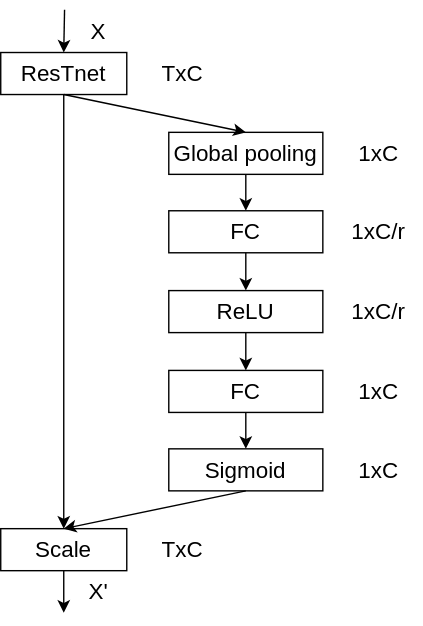
This is littlepaper/图3 SE模块结构图.svg from wangxinzhi0/draw.io, a draw.io export, as it was before one commit. Source tidied: cells renumbered, new cells last; positions are measured from the earlier drawing's top-left corner, leaving out a move shared by most shapes.
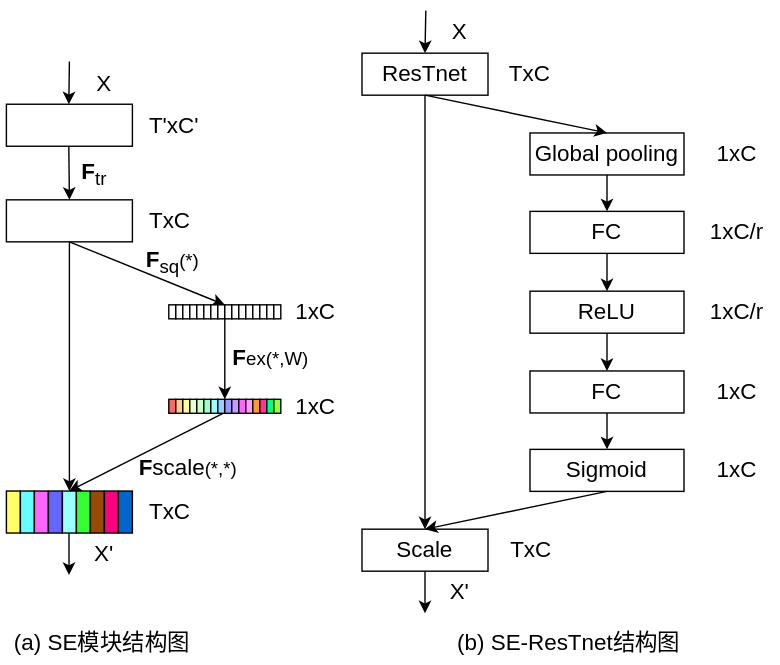
After the commit.

Commit message:
Update 图3 SE模块结构图.svg

The edit, as a diff of the source:
```diff
@@ -48,25 +48,25 @@
       <mxGeometry relative="1" as="geometry" />
     </mxCell>
     <mxCell id="17" value="TxC" style="text;html=1;strokeColor=none;fillColor=none;align=center;verticalAlign=middle;whiteSpace=wrap;rounded=0;fontSize=16;" parent="1" vertex="1">
-      <mxGeometry x="100" y="30" width="60" height="30" as="geometry" />
+      <mxGeometry x="90" y="30" width="60" height="30" as="geometry" />
     </mxCell>
     <mxCell id="18" value="1xC" style="text;html=1;strokeColor=none;fillColor=none;align=center;verticalAlign=middle;whiteSpace=wrap;rounded=0;fontSize=16;" parent="1" vertex="1">
-      <mxGeometry x="240" y="87" width="60" height="30" as="geometry" />
+      <mxGeometry x="238" y="87" width="60" height="30" as="geometry" />
     </mxCell>
     <mxCell id="19" value="1xC/r" style="text;html=1;strokeColor=none;fillColor=none;align=center;verticalAlign=middle;whiteSpace=wrap;rounded=0;fontSize=16;" parent="1" vertex="1">
-      <mxGeometry x="240" y="143" width="60" height="30" as="geometry" />
+      <mxGeometry x="238" y="143" width="60" height="30" as="geometry" />
     </mxCell>
     <mxCell id="20" value="1xC/r" style="text;html=1;strokeColor=none;fillColor=none;align=center;verticalAlign=middle;whiteSpace=wrap;rounded=0;fontSize=16;" parent="1" vertex="1">
-      <mxGeometry x="240" y="200" width="60" height="30" as="geometry" />
+      <mxGeometry x="238" y="200" width="60" height="30" as="geometry" />
     </mxCell>
     <mxCell id="21" value="1xC" style="text;html=1;strokeColor=none;fillColor=none;align=center;verticalAlign=middle;whiteSpace=wrap;rounded=0;fontSize=16;" parent="1" vertex="1">
-      <mxGeometry x="240" y="257" width="60" height="30" as="geometry" />
+      <mxGeometry x="238" y="257" width="60" height="30" as="geometry" />
     </mxCell>
     <mxCell id="22" value="1xC" style="text;html=1;strokeColor=none;fillColor=none;align=center;verticalAlign=middle;whiteSpace=wrap;rounded=0;fontSize=16;" parent="1" vertex="1">
-      <mxGeometry x="240" y="313" width="60" height="30" as="geometry" />
+      <mxGeometry x="238" y="313" width="60" height="30" as="geometry" />
     </mxCell>
     <mxCell id="23" value="TxC" style="text;html=1;strokeColor=none;fillColor=none;align=center;verticalAlign=middle;whiteSpace=wrap;rounded=0;fontSize=16;" parent="1" vertex="1">
-      <mxGeometry x="100" y="370" width="60" height="30" as="geometry" />
+      <mxGeometry x="91" y="370" width="60" height="30" as="geometry" />
     </mxCell>
     <mxCell id="24" style="endArrow=classic;html=1;rounded=0;fontSize=16;exitX=0.5;exitY=1;exitDx=0;exitDy=0;" parent="1" edge="1" source="9">
       <mxGeometry relative="1" as="geometry">
@@ -79,5 +79,204 @@
     <mxCell id="26" value="X'&lt;span lang=&quot;EN-US&quot; style=&quot;font-size: 10.5pt&quot;&gt;&lt;span lang=&quot;EN-US&quot; style=&quot;font-size: 10.5pt&quot;&gt;&lt;/span&gt;&lt;/span&gt;" style="text;html=1;strokeColor=none;fillColor=none;align=center;verticalAlign=middle;whiteSpace=wrap;rounded=0;fontSize=16;" parent="1" vertex="1">
       <mxGeometry x="40" y="400" width="60" height="30" as="geometry" />
     </mxCell>
+    <mxCell id="27" style="rounded=0;whiteSpace=wrap;html=1;" parent="1" vertex="1">
+      <mxGeometry x="-254" y="66.5" width="90" height="30" as="geometry" />
+    </mxCell>
+    <mxCell id="28" value="T'xC'" style="text;html=1;strokeColor=none;fillColor=none;align=center;verticalAlign=middle;whiteSpace=wrap;rounded=0;fontSize=16;" parent="1" vertex="1">
+      <mxGeometry x="-164" y="66.5" width="60" height="30" as="geometry" />
+    </mxCell>
+    <mxCell id="29" style="endArrow=classic;html=1;rounded=0;fontSize=16;entryX=0.5;entryY=0;entryDx=0;entryDy=0;" parent="1" edge="1">
+      <mxGeometry relative="1" as="geometry">
+        <mxPoint x="-209" y="36" as="sourcePoint" />
+        <mxPoint x="-209.4" y="66.5" as="targetPoint" />
+      </mxGeometry>
+    </mxCell>
+    <mxCell id="30" value="X" style="text;html=1;strokeColor=none;fillColor=none;align=center;verticalAlign=middle;whiteSpace=wrap;rounded=0;fontSize=16;" parent="1" vertex="1">
+      <mxGeometry x="-214" y="36.5" width="60" height="30" as="geometry" />
+    </mxCell>
+    <mxCell id="31" style="endArrow=classic;html=1;rounded=0;fontSize=16;exitX=0.5;exitY=1;exitDx=0;exitDy=0;entryX=0.5;entryY=0;entryDx=0;entryDy=0;" parent="1" edge="1" target="33">
+      <mxGeometry relative="1" as="geometry">
+        <mxPoint x="-209.4" y="96.5" as="sourcePoint" />
+      </mxGeometry>
+    </mxCell>
+    <mxCell id="32" value="&lt;b&gt;F&lt;/b&gt;&lt;sub&gt;tr&lt;/sub&gt;" style="text;html=1;strokeColor=none;fillColor=none;align=center;verticalAlign=middle;whiteSpace=wrap;rounded=0;fontSize=16;" parent="1" vertex="1">
+      <mxGeometry x="-221" y="101.7" width="60" height="30" as="geometry" />
+    </mxCell>
+    <mxCell id="33" style="rounded=0;whiteSpace=wrap;html=1;" parent="1" vertex="1">
+      <mxGeometry x="-254" y="134.7" width="90" height="30" as="geometry" />
+    </mxCell>
+    <mxCell id="34" value="TxC" style="text;html=1;strokeColor=none;fillColor=none;align=center;verticalAlign=middle;whiteSpace=wrap;rounded=0;fontSize=16;" parent="1" vertex="1">
+      <mxGeometry x="-167" y="134.7" width="60" height="30" as="geometry" />
+    </mxCell>
+    <mxCell id="35" style="endArrow=classic;html=1;rounded=0;fontSize=16;exitX=0.5;exitY=1;exitDx=0;exitDy=0;" parent="1" edge="1" source="33">
+      <mxGeometry relative="1" as="geometry">
+        <mxPoint x="-209" y="342.7" as="targetPoint" />
+      </mxGeometry>
+    </mxCell>
+    <mxCell id="36" style="endArrow=classic;html=1;rounded=0;fontSize=16;exitX=0.5;exitY=1;exitDx=0;exitDy=0;entryX=0;entryY=0;entryDx=0;entryDy=0;" parent="1" edge="1" source="33" target="45">
+      <mxGeometry relative="1" as="geometry" />
+    </mxCell>
+    <mxCell id="37" style="rounded=0;whiteSpace=wrap;html=1;" parent="1" vertex="1">
+      <mxGeometry x="-138" y="209.7" width="5" height="10" as="geometry" />
+    </mxCell>
+    <mxCell id="38" style="rounded=0;whiteSpace=wrap;html=1;" parent="1" vertex="1">
+      <mxGeometry x="-133" y="209.7" width="5" height="10" as="geometry" />
+    </mxCell>
+    <mxCell id="39" style="rounded=0;whiteSpace=wrap;html=1;" parent="1" vertex="1">
+      <mxGeometry x="-128" y="209.7" width="5" height="10" as="geometry" />
+    </mxCell>
+    <mxCell id="40" style="rounded=0;whiteSpace=wrap;html=1;" parent="1" vertex="1">
+      <mxGeometry x="-123" y="209.7" width="5" height="10" as="geometry" />
+    </mxCell>
+    <mxCell id="41" style="rounded=0;whiteSpace=wrap;html=1;" parent="1" vertex="1">
+      <mxGeometry x="-118" y="209.7" width="5" height="10" as="geometry" />
+    </mxCell>
+    <mxCell id="42" style="rounded=0;whiteSpace=wrap;html=1;" parent="1" vertex="1">
+      <mxGeometry x="-113" y="209.7" width="5" height="10" as="geometry" />
+    </mxCell>
+    <mxCell id="43" style="rounded=0;whiteSpace=wrap;html=1;" parent="1" vertex="1">
+      <mxGeometry x="-108" y="209.7" width="5" height="10" as="geometry" />
+    </mxCell>
+    <mxCell id="44" style="rounded=0;whiteSpace=wrap;html=1;" parent="1" vertex="1">
+      <mxGeometry x="-103" y="209.7" width="5" height="10" as="geometry" />
+    </mxCell>
+    <mxCell id="45" style="rounded=0;whiteSpace=wrap;html=1;" parent="1" vertex="1">
+      <mxGeometry x="-98" y="209.7" width="5" height="10" as="geometry" />
+    </mxCell>
+    <mxCell id="46" style="rounded=0;whiteSpace=wrap;html=1;" parent="1" vertex="1">
+      <mxGeometry x="-93" y="209.7" width="5" height="10" as="geometry" />
+    </mxCell>
+    <mxCell id="47" style="rounded=0;whiteSpace=wrap;html=1;" parent="1" vertex="1">
+      <mxGeometry x="-88" y="209.7" width="5" height="10" as="geometry" />
+    </mxCell>
+    <mxCell id="48" style="rounded=0;whiteSpace=wrap;html=1;" parent="1" vertex="1">
+      <mxGeometry x="-83" y="209.7" width="5" height="10" as="geometry" />
+    </mxCell>
+    <mxCell id="49" style="rounded=0;whiteSpace=wrap;html=1;" parent="1" vertex="1">
+      <mxGeometry x="-78" y="209.7" width="5" height="10" as="geometry" />
+    </mxCell>
+    <mxCell id="50" style="rounded=0;whiteSpace=wrap;html=1;" parent="1" vertex="1">
+      <mxGeometry x="-73" y="209.7" width="5" height="10" as="geometry" />
+    </mxCell>
+    <mxCell id="51" style="rounded=0;whiteSpace=wrap;html=1;" parent="1" vertex="1">
+      <mxGeometry x="-68" y="209.7" width="5" height="10" as="geometry" />
+    </mxCell>
+    <mxCell id="52" style="rounded=0;whiteSpace=wrap;html=1;" parent="1" vertex="1">
+      <mxGeometry x="-63" y="209.7" width="5" height="10" as="geometry" />
+    </mxCell>
+    <mxCell id="53" style="rounded=0;whiteSpace=wrap;html=1;fillColor=#FF6666;" parent="1" vertex="1">
+      <mxGeometry x="-138" y="277.2" width="5" height="10" as="geometry" />
+    </mxCell>
+    <mxCell id="54" style="rounded=0;whiteSpace=wrap;html=1;fillColor=#FFCC99;" parent="1" vertex="1">
+      <mxGeometry x="-133" y="277.2" width="5" height="10" as="geometry" />
+    </mxCell>
+    <mxCell id="55" style="rounded=0;whiteSpace=wrap;html=1;fillColor=#FFFF99;" parent="1" vertex="1">
+      <mxGeometry x="-128" y="277.2" width="5" height="10" as="geometry" />
+    </mxCell>
+    <mxCell id="56" style="rounded=0;whiteSpace=wrap;html=1;fillColor=#E6FFCC;" parent="1" vertex="1">
+      <mxGeometry x="-123" y="277.2" width="5" height="10" as="geometry" />
+    </mxCell>
+    <mxCell id="57" style="rounded=0;whiteSpace=wrap;html=1;fillColor=#CCFFCC;" parent="1" vertex="1">
+      <mxGeometry x="-118" y="277.2" width="5" height="10" as="geometry" />
+    </mxCell>
+    <mxCell id="58" style="rounded=0;whiteSpace=wrap;html=1;fillColor=#99FFCC;" parent="1" vertex="1">
+      <mxGeometry x="-113" y="277.2" width="5" height="10" as="geometry" />
+    </mxCell>
+    <mxCell id="59" style="rounded=0;whiteSpace=wrap;html=1;fillColor=#99FFFF;" parent="1" vertex="1">
+      <mxGeometry x="-108" y="277.2" width="5" height="10" as="geometry" />
+    </mxCell>
+    <mxCell id="60" style="rounded=0;whiteSpace=wrap;html=1;fillColor=#99CCFF;" parent="1" vertex="1">
+      <mxGeometry x="-103" y="277.2" width="5" height="10" as="geometry" />
+    </mxCell>
+    <mxCell id="61" style="rounded=0;whiteSpace=wrap;html=1;fillColor=#9999FF;" parent="1" vertex="1">
+      <mxGeometry x="-98" y="277.2" width="5" height="10" as="geometry" />
+    </mxCell>
+    <mxCell id="62" style="rounded=0;whiteSpace=wrap;html=1;fillColor=#CC99FF;" parent="1" vertex="1">
+      <mxGeometry x="-93" y="277.2" width="5" height="10" as="geometry" />
+    </mxCell>
+    <mxCell id="63" style="rounded=0;whiteSpace=wrap;html=1;fillColor=#FF66FF;" parent="1" vertex="1">
+      <mxGeometry x="-88" y="277.2" width="5" height="10" as="geometry" />
+    </mxCell>
+    <mxCell id="64" style="rounded=0;whiteSpace=wrap;html=1;fillColor=#FF99FF;" parent="1" vertex="1">
+      <mxGeometry x="-83" y="277.2" width="5" height="10" as="geometry" />
+    </mxCell>
+    <mxCell id="65" style="rounded=0;whiteSpace=wrap;html=1;fillColor=#FF9933;" parent="1" vertex="1">
+      <mxGeometry x="-78" y="277.2" width="5" height="10" as="geometry" />
+    </mxCell>
+    <mxCell id="66" style="rounded=0;whiteSpace=wrap;html=1;fillColor=#FF3399;" parent="1" vertex="1">
+      <mxGeometry x="-73" y="277.2" width="5" height="10" as="geometry" />
+    </mxCell>
+    <mxCell id="67" style="rounded=0;whiteSpace=wrap;html=1;fillColor=#00FF80;" parent="1" vertex="1">
+      <mxGeometry x="-68" y="277.2" width="5" height="10" as="geometry" />
+    </mxCell>
+    <mxCell id="68" style="rounded=0;whiteSpace=wrap;html=1;fillColor=#99FF33;" parent="1" vertex="1">
+      <mxGeometry x="-63" y="277.2" width="5" height="10" as="geometry" />
+    </mxCell>
+    <mxCell id="69" value="&lt;b&gt;F&lt;/b&gt;&lt;sub&gt;sq&lt;/sub&gt;&lt;span style=&quot;font-size: 13.3333px&quot;&gt;(*)&lt;/span&gt;" style="text;html=1;strokeColor=none;fillColor=none;align=center;verticalAlign=middle;whiteSpace=wrap;rounded=0;fontSize=16;" parent="1" vertex="1">
+      <mxGeometry x="-165.5" y="164.7" width="60" height="30" as="geometry" />
+    </mxCell>
+    <mxCell id="70" style="endArrow=classic;html=1;rounded=0;fontSize=16;exitX=0.75;exitY=1;exitDx=0;exitDy=0;entryX=0.47;entryY=0.005;entryDx=0;entryDy=0;entryPerimeter=0;" parent="1" edge="1" source="60" target="81">
+      <mxGeometry relative="1" as="geometry" />
+    </mxCell>
+    <mxCell id="71" style="endArrow=classic;html=1;rounded=0;fontSize=16;exitX=0;exitY=1;exitDx=0;exitDy=0;entryX=1;entryY=0;entryDx=0;entryDy=0;" parent="1" edge="1" source="45" target="60">
+      <mxGeometry relative="1" as="geometry" />
+    </mxCell>
+    <mxCell id="72" value="&lt;b&gt;F&lt;/b&gt;&lt;span style=&quot;font-size: 13.3333px&quot;&gt;ex&lt;/span&gt;&lt;span style=&quot;font-size: 13.3333px&quot;&gt;(*,W)&lt;/span&gt;" style="text;html=1;strokeColor=none;fillColor=none;align=center;verticalAlign=middle;whiteSpace=wrap;rounded=0;fontSize=16;" parent="1" vertex="1">
+      <mxGeometry x="-95.5" y="232.7" width="60" height="30" as="geometry" />
+    </mxCell>
+    <mxCell id="73" value="&lt;b&gt;F&lt;/b&gt;scale&lt;span style=&quot;font-size: 13.3333px&quot;&gt;(*,*)&lt;/span&gt;" style="text;html=1;strokeColor=none;fillColor=none;align=center;verticalAlign=middle;whiteSpace=wrap;rounded=0;fontSize=16;" parent="1" vertex="1">
+      <mxGeometry x="-154" y="310.2" width="60" height="30" as="geometry" />
+    </mxCell>
+    <mxCell id="74" style="rounded=0;whiteSpace=wrap;html=1;fillColor=#FFFF66;" parent="1" vertex="1">
+      <mxGeometry x="-254" y="342.7" width="10" height="30" as="geometry" />
+    </mxCell>
+    <mxCell id="75" value="TxC" style="text;html=1;strokeColor=none;fillColor=none;align=center;verticalAlign=middle;whiteSpace=wrap;rounded=0;fontSize=16;" parent="1" vertex="1">
+      <mxGeometry x="-167" y="342.7" width="60" height="30" as="geometry" />
+    </mxCell>
+    <mxCell id="76" style="endArrow=classic;html=1;rounded=0;fontSize=16;exitX=0.5;exitY=1;exitDx=0;exitDy=0;" parent="1" edge="1">
+      <mxGeometry relative="1" as="geometry">
+        <mxPoint x="-209.3" y="372.7" as="sourcePoint" />
+        <mxPoint x="-209.3" y="402.7" as="targetPoint" />
+      </mxGeometry>
+    </mxCell>
+    <mxCell id="77" value="X'&lt;span lang=&quot;EN-US&quot; style=&quot;font-size: 10.5pt&quot;&gt;&lt;span lang=&quot;EN-US&quot; style=&quot;font-size: 10.5pt&quot;&gt;&lt;/span&gt;&lt;/span&gt;" style="text;html=1;strokeColor=none;fillColor=none;align=center;verticalAlign=middle;whiteSpace=wrap;rounded=0;fontSize=16;" parent="1" vertex="1">
+      <mxGeometry x="-214" y="372.7" width="60" height="30" as="geometry" />
+    </mxCell>
+    <mxCell id="78" style="rounded=0;whiteSpace=wrap;html=1;fillColor=#66FFFF;" parent="1" vertex="1">
+      <mxGeometry x="-244" y="342.7" width="10" height="30" as="geometry" />
+    </mxCell>
+    <mxCell id="79" style="rounded=0;whiteSpace=wrap;html=1;fillColor=#FF66FF;" parent="1" vertex="1">
+      <mxGeometry x="-234" y="342.7" width="10" height="30" as="geometry" />
+    </mxCell>
+    <mxCell id="80" style="rounded=0;whiteSpace=wrap;html=1;fillColor=#6666FF;" parent="1" vertex="1">
+      <mxGeometry x="-224" y="342.7" width="10" height="30" as="geometry" />
+    </mxCell>
+    <mxCell id="81" style="rounded=0;whiteSpace=wrap;html=1;fillColor=#99FFFF;" parent="1" vertex="1">
+      <mxGeometry x="-214" y="342.7" width="10" height="30" as="geometry" />
+    </mxCell>
+    <mxCell id="82" style="rounded=0;whiteSpace=wrap;html=1;fillColor=#33FF33;" parent="1" vertex="1">
+      <mxGeometry x="-204" y="342.7" width="10" height="30" as="geometry" />
+    </mxCell>
+    <mxCell id="83" style="rounded=0;whiteSpace=wrap;html=1;fillColor=#994C00;" parent="1" vertex="1">
+      <mxGeometry x="-194" y="342.7" width="10" height="30" as="geometry" />
+    </mxCell>
+    <mxCell id="84" style="rounded=0;whiteSpace=wrap;html=1;fillColor=#FF0080;" parent="1" vertex="1">
+      <mxGeometry x="-184" y="342.7" width="10" height="30" as="geometry" />
+    </mxCell>
+    <mxCell id="85" style="rounded=0;whiteSpace=wrap;html=1;fillColor=#0066CC;" parent="1" vertex="1">
+      <mxGeometry x="-174" y="342.7" width="10" height="30" as="geometry" />
+    </mxCell>
+    <mxCell id="86" value="(a) SE模块结构图" style="text;html=1;strokeColor=none;fillColor=none;align=center;verticalAlign=middle;whiteSpace=wrap;rounded=0;fontSize=16;" parent="1" vertex="1">
+      <mxGeometry x="-258" y="435.5" width="145" height="30" as="geometry" />
+    </mxCell>
+    <mxCell id="87" value="(b) SE-ResTnet结构图" style="text;html=1;strokeColor=none;fillColor=none;align=center;verticalAlign=middle;whiteSpace=wrap;rounded=0;fontSize=16;" parent="1" vertex="1">
+      <mxGeometry x="58" y="435.5" width="180" height="30" as="geometry" />
+    </mxCell>
+    <mxCell id="88" value="1xC" style="text;html=1;strokeColor=none;fillColor=none;align=center;verticalAlign=middle;whiteSpace=wrap;rounded=0;fontSize=16;" parent="1" vertex="1">
+      <mxGeometry x="-63" y="199.7" width="60" height="30" as="geometry" />
+    </mxCell>
+    <mxCell id="89" value="1xC" style="text;html=1;strokeColor=none;fillColor=none;align=center;verticalAlign=middle;whiteSpace=wrap;rounded=0;fontSize=16;" parent="1" vertex="1">
+      <mxGeometry x="-63" y="267.2" width="60" height="30" as="geometry" />
+    </mxCell>
   </root>
 </mxGraphModel>
```
